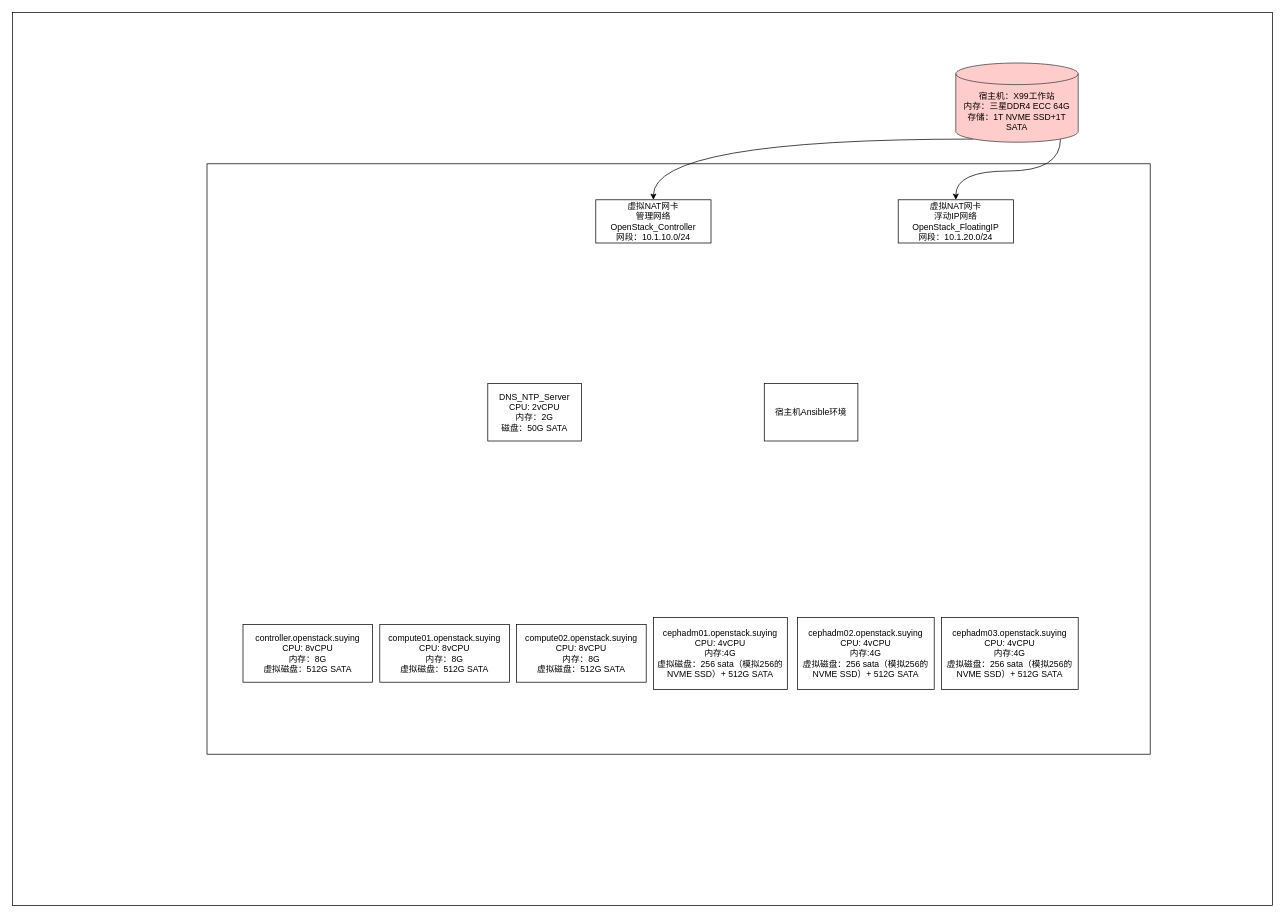
Earlier version of the draw.io diagram 测试环境部署模型.drawio (lrAltas/DrwaIO). Source tidied: cells renumbered, new cells numbered last; positions are measured from the earlier drawing's top-left corner, leaving out a move shared by most shapes. Both pictures are drawn from the tidied source at 72%, with x=0, y=0 at pixel (12, 12).
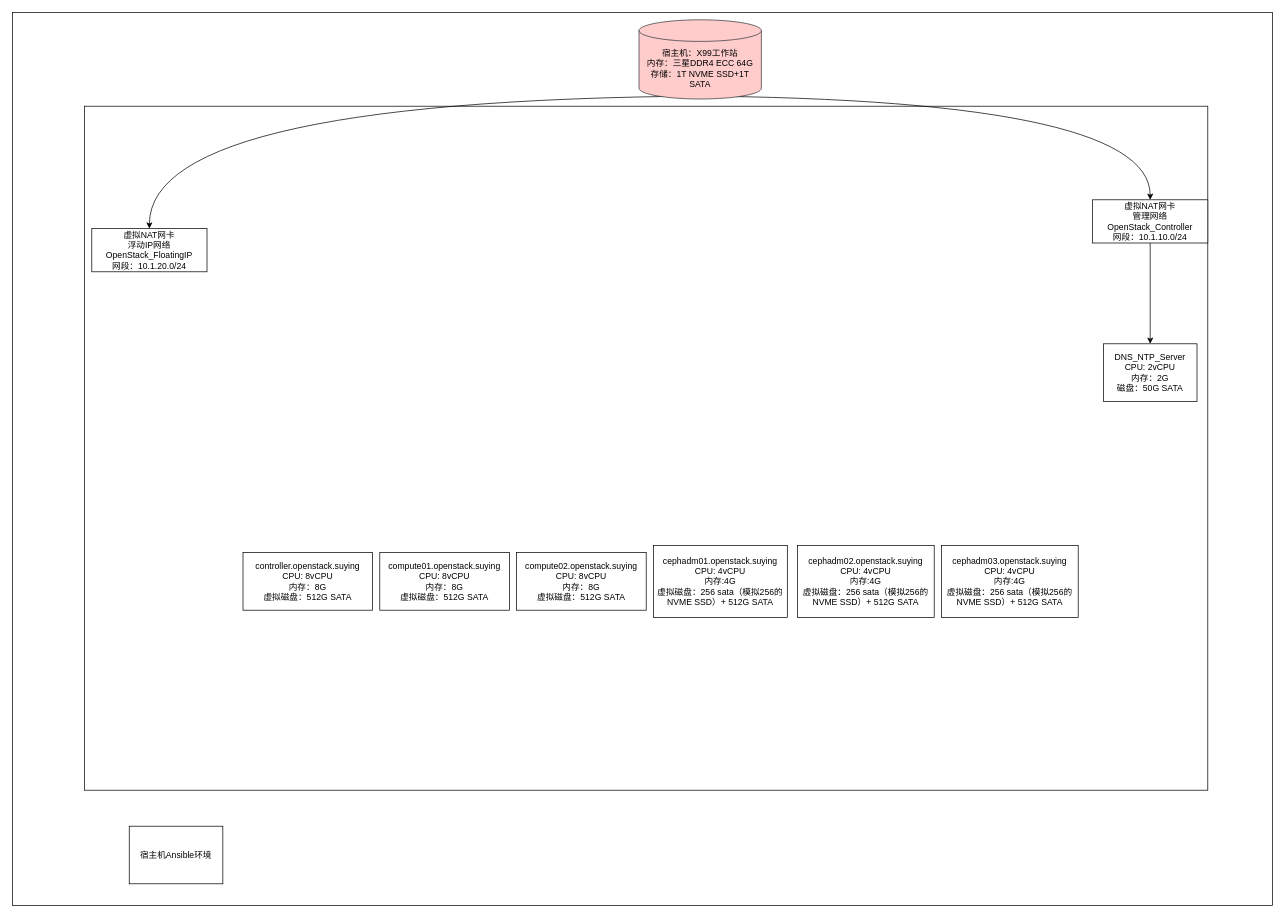
The same page after the edit.

Commit message (it also covers changes not shown here):
更新测试环境部署模型.drawio

Change to the diagram source:
```diff
@@
 <mxGraphModel>
   <root>
     <mxCell id="0" />
     <mxCell id="1" parent="0" />
     <mxCell id="2" style="rounded=0;whiteSpace=wrap;html=1;" parent="1" vertex="1">
       <mxGeometry width="1750" height="1240" as="geometry" />
     </mxCell>
     <mxCell id="3" style="rounded=0;whiteSpace=wrap;html=1;" parent="1" vertex="1">
-      <mxGeometry x="270" y="210" width="1310" height="820" as="geometry" />
+      <mxGeometry x="100" y="130" width="1560" height="950" as="geometry" />
     </mxCell>
     <mxCell id="4" style="edgeStyle=orthogonalEdgeStyle;rounded=0;jettySize=auto;html=1;exitX=0.145;exitY=1;exitDx=0;exitDy=-4.35;exitPerimeter=0;curved=1;" parent="1" edge="1" source="6" target="7">
       <mxGeometry relative="1" as="geometry" />
     </mxCell>
     <mxCell id="5" style="edgeStyle=orthogonalEdgeStyle;rounded=0;jettySize=auto;html=1;exitX=0.855;exitY=1;exitDx=0;exitDy=-4.35;exitPerimeter=0;entryX=0.5;entryY=0;entryDx=0;entryDy=0;curved=1;" parent="1" edge="1" source="6" target="8">
       <mxGeometry relative="1" as="geometry" />
     </mxCell>
     <mxCell id="6" value="&lt;div&gt;宿主机：X99工作站&lt;/div&gt;&lt;div&gt;内存：三星DDR4 ECC 64G&lt;/div&gt;&lt;div&gt;存储：1T NVME SSD+1T SATA&lt;/div&gt;" style="shape=cylinder3;whiteSpace=wrap;html=1;boundedLbl=1;backgroundOutline=1;size=15;fillColor=#ffcccc;strokeColor=#36393d;" parent="1" vertex="1">
-      <mxGeometry x="1310" y="70" width="170" height="110" as="geometry" />
+      <mxGeometry x="870" y="10" width="170" height="110" as="geometry" />
     </mxCell>
+    <mxCell id="17" style="edgeStyle=orthogonalEdgeStyle;rounded=0;jettySize=auto;html=1;entryX=0.5;entryY=0;entryDx=0;entryDy=0;" parent="1" edge="1" source="7" target="9">
+      <mxGeometry relative="1" as="geometry" />
+    </mxCell>
     <mxCell id="7" value="&lt;div&gt;虚拟NAT网卡&lt;/div&gt;&lt;div&gt;管理网络OpenStack_Controller&lt;/div&gt;&lt;div&gt;网段：10.1.10.0/24&lt;/div&gt;" style="rounded=0;whiteSpace=wrap;html=1;" parent="1" vertex="1">
-      <mxGeometry x="810" y="260" width="160" height="60" as="geometry" />
+      <mxGeometry x="1500" y="260" width="160" height="60" as="geometry" />
     </mxCell>
     <mxCell id="8" value="&lt;div&gt;虚拟NAT网卡&lt;/div&gt;&lt;div&gt;浮动IP网络&lt;/div&gt;&lt;div&gt;OpenStack_FloatingIP&lt;/div&gt;&lt;div&gt;网段：10.1.20.0/24&lt;/div&gt;" style="rounded=0;whiteSpace=wrap;html=1;" parent="1" vertex="1">
-      <mxGeometry x="1230" y="260" width="160" height="60" as="geometry" />
+      <mxGeometry x="110" y="300" width="160" height="60" as="geometry" />
     </mxCell>
     <mxCell id="9" value="&lt;div&gt;DNS_NTP_Server&lt;/div&gt;&lt;div&gt;CPU: 2vCPU&lt;/div&gt;&lt;div&gt;内存：2G&lt;/div&gt;&lt;div&gt;磁盘：50G SATA&lt;/div&gt;" style="whiteSpace=wrap;html=1;rounded=0;" parent="1" vertex="1">
-      <mxGeometry x="660" y="515" width="130" height="80" as="geometry" />
+      <mxGeometry x="1515" y="460" width="130" height="80" as="geometry" />
     </mxCell>
     <mxCell id="10" value="&lt;div&gt;controller.openstack.suying&lt;/div&gt;&lt;div&gt;CPU: 8vCPU&lt;/div&gt;&lt;div&gt;内存：8G&lt;/div&gt;&lt;div&gt;虚拟磁盘：512G SATA&lt;/div&gt;" style="rounded=0;whiteSpace=wrap;html=1;" parent="1" vertex="1">
-      <mxGeometry x="320" y="850" width="180" height="80" as="geometry" />
+      <mxGeometry x="320" y="750" width="180" height="80" as="geometry" />
     </mxCell>
     <mxCell id="11" value="&lt;div&gt;compute01.openstack.suying&lt;/div&gt;&lt;div&gt;CPU: 8vCPU&lt;/div&gt;&lt;div&gt;内存：8G&lt;/div&gt;&lt;div&gt;虚拟磁盘：512G SATA&lt;/div&gt;" style="rounded=0;whiteSpace=wrap;html=1;" parent="1" vertex="1">
-      <mxGeometry x="510" y="850" width="180" height="80" as="geometry" />
+      <mxGeometry x="510" y="750" width="180" height="80" as="geometry" />
     </mxCell>
     <mxCell id="12" value="&lt;div&gt;compute02.openstack.suying&lt;/div&gt;&lt;div&gt;CPU: 8vCPU&lt;/div&gt;&lt;div&gt;内存：8G&lt;/div&gt;&lt;div&gt;虚拟磁盘：512G SATA&lt;/div&gt;" style="rounded=0;whiteSpace=wrap;html=1;" parent="1" vertex="1">
-      <mxGeometry x="700" y="850" width="180" height="80" as="geometry" />
+      <mxGeometry x="700" y="750" width="180" height="80" as="geometry" />
     </mxCell>
     <mxCell id="13" value="&lt;div&gt;cephadm01.openstack.suying&lt;/div&gt;&lt;div&gt;CPU: 4vCPU&lt;/div&gt;&lt;div&gt;内存:4G&lt;/div&gt;&lt;div&gt;虚拟磁盘：256 sata（模拟256的 NVME SSD）+ 512G SATA&lt;/div&gt;" style="rounded=0;whiteSpace=wrap;html=1;" parent="1" vertex="1">
-      <mxGeometry x="890" y="840" width="186" height="100" as="geometry" />
+      <mxGeometry x="890" y="740" width="186" height="100" as="geometry" />
     </mxCell>
     <mxCell id="14" value="&lt;div&gt;cephadm02.openstack.suying&lt;/div&gt;&lt;div&gt;CPU: 4vCPU&lt;/div&gt;&lt;div&gt;内存:4G&lt;/div&gt;&lt;div&gt;虚拟磁盘：256 sata（模拟256的 NVME SSD）+ 512G SATA&lt;/div&gt;" style="rounded=0;whiteSpace=wrap;html=1;" parent="1" vertex="1">
-      <mxGeometry x="1090" y="840" width="190" height="100" as="geometry" />
+      <mxGeometry x="1090" y="740" width="190" height="100" as="geometry" />
     </mxCell>
     <mxCell id="15" value="宿主机Ansible环境" style="whiteSpace=wrap;html=1;rounded=0;" parent="1" vertex="1">
-      <mxGeometry x="1044" y="515" width="130" height="80" as="geometry" />
+      <mxGeometry x="162" y="1130" width="130" height="80" as="geometry" />
     </mxCell>
     <mxCell id="16" value="&lt;div&gt;cephadm03.openstack.suying&lt;/div&gt;&lt;div&gt;CPU: 4vCPU&lt;/div&gt;&lt;div&gt;内存:4G&lt;/div&gt;&lt;div&gt;虚拟磁盘：256 sata（模拟256的 NVME SSD）+ 512G SATA&lt;/div&gt;" style="rounded=0;whiteSpace=wrap;html=1;" parent="1" vertex="1">
-      <mxGeometry x="1290" y="840" width="190" height="100" as="geometry" />
+      <mxGeometry x="1290" y="740" width="190" height="100" as="geometry" />
     </mxCell>
   </root>
 </mxGraphModel>
```
